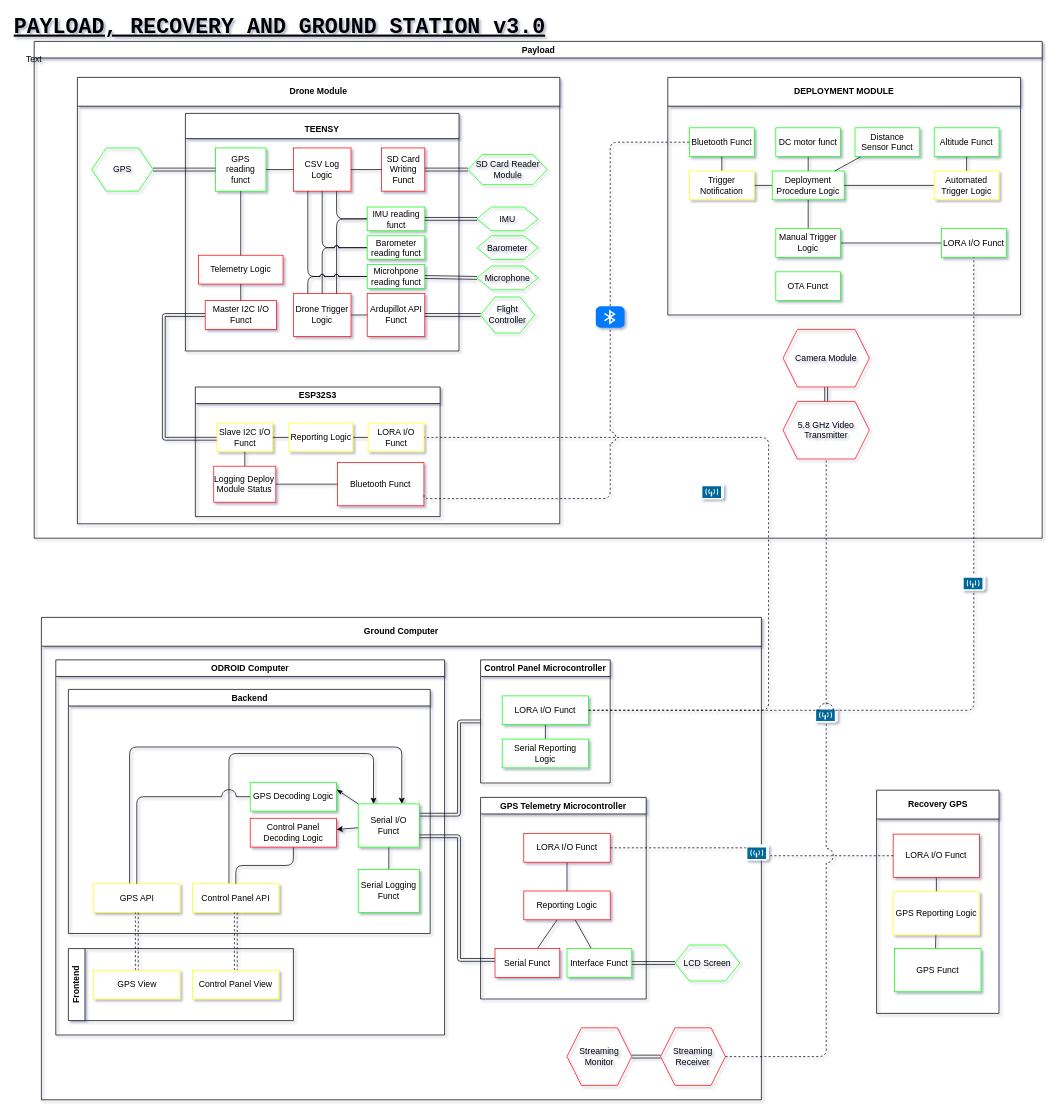
Before: page "Page-2" (1 of 6) of Design/Payload_charts.drawio in usfsoar/NSL_23-24_PayloadEECS, a draw.io diagram. Source tidied: cells renumbered, new cells numbered last; positions are measured from the earlier drawing's top-left corner, leaving out a move shared by most shapes. Both pictures are drawn from the tidied source at 72%, with x=0, y=0 at pixel (12, 12).
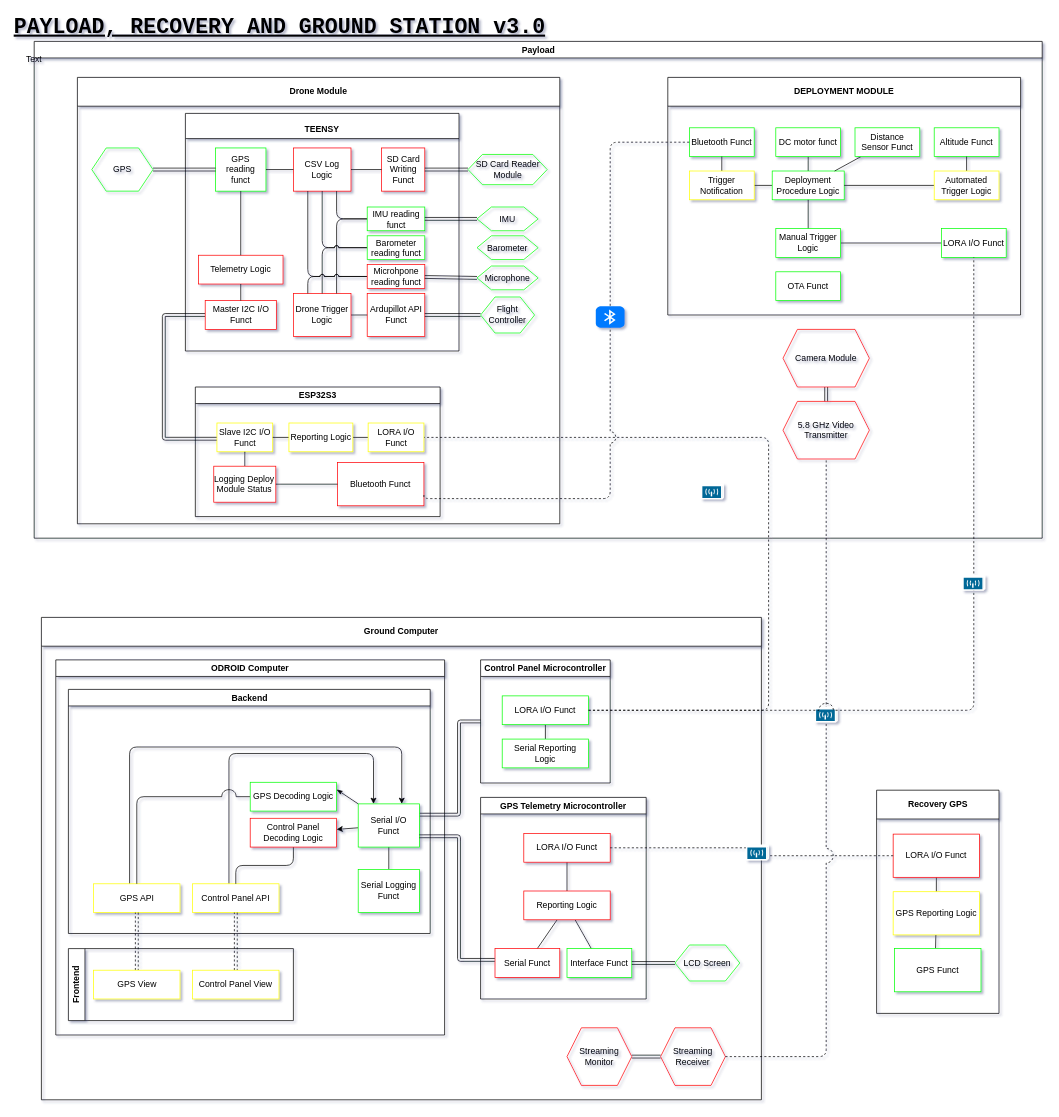
After the change.

The change refers to these unchanged cells:
```xml
<mxCell id="85" value="&lt;font face=&quot;Helvetica&quot; style=&quot;font-size: 12px;&quot;&gt;TEENSY&lt;/font&gt;" style="swimlane;whiteSpace=wrap;html=1;labelBackgroundColor=none;fontFamily=Courier New;fontSize=30;fontColor=default;gradientColor=none;startSize=35;align=center;verticalAlign=middle;" parent="73" vertex="1">
  <mxGeometry x="150" y="50" width="380" height="330" as="geometry" />
</mxCell>
```

Change to the diagram source:
```diff
@@
-    <mxCell id="101" value="Microhpone reading funct" style="rounded=0;whiteSpace=wrap;html=1;strokeColor=#00FF00;" parent="85" vertex="1">
+    <mxCell id="101" value="Microhpone reading funct" style="rounded=0;whiteSpace=wrap;html=1;strokeColor=#FF0000;" parent="85" vertex="1">
       <mxGeometry x="252.5" y="210" width="80" height="33" as="geometry" />
     </mxCell>
```
